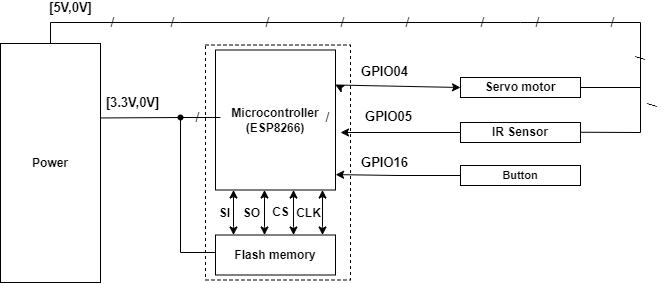
Earlier version of the draw.io export image/Diagram/device-diagram.drawio.png (nhthai173/fish-feeder). Source tidied: cells renumbered, new cells last; positions are measured from the earlier drawing's top-left corner, leaving out a move shared by most shapes.
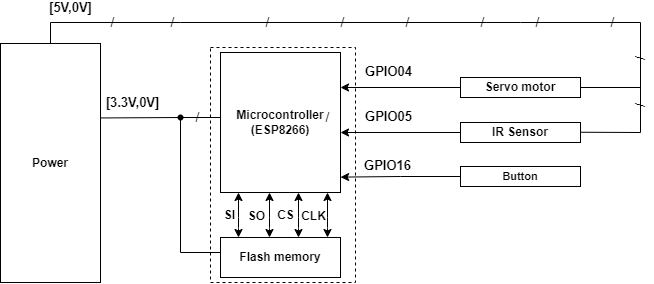
The same file after the commit.

The edit, as a diff of the source:
```diff
@@ -60,14 +60,6 @@
         <mxPoint x="-28" y="-14" as="offset" />
       </mxGeometry>
     </mxCell>
-    <mxCell id="16" style="endArrow=classic;html=1;exitX=1;exitY=0.25;exitDx=0;exitDy=0;entryX=0;entryY=0.5;entryDx=0;entryDy=0;" parent="1" edge="1" source="21" target="7">
-      <mxGeometry relative="1" as="geometry" />
-    </mxCell>
-    <mxCell id="17" value="&lt;b style=&quot;font-size: 13px;&quot;&gt;&lt;font style=&quot;font-size: 13px;&quot;&gt;GPIO04&lt;/font&gt;&lt;/b&gt;" style="edgeLabel;html=1;align=center;verticalAlign=middle;fontSize=13;" parent="16" vertex="1">
-      <mxGeometry x="-0.17" relative="1" as="geometry">
-        <mxPoint x="-3" y="-15" as="offset" />
-      </mxGeometry>
-    </mxCell>
     <mxCell id="18" style="endArrow=none;html=1;entryX=0;entryY=0.5;entryDx=0;entryDy=0;rounded=0;" parent="1" edge="1">
       <mxGeometry relative="1" as="geometry">
         <mxPoint x="180" y="105" as="sourcePoint" />
@@ -78,7 +70,7 @@
       </mxGeometry>
     </mxCell>
     <mxCell id="19" style="group;" parent="1" vertex="1">
-      <mxGeometry x="205" y="32.5" width="145" height="235" as="geometry" />
+      <mxGeometry x="210" y="35" width="145" height="235" as="geometry" />
     </mxCell>
     <mxCell id="20" style="rounded=0;whiteSpace=wrap;html=1;fontSize=14;dashed=1;fillColor=none;" parent="19" vertex="1">
       <mxGeometry width="145" height="235" as="geometry" />
@@ -181,7 +173,7 @@
       </mxGeometry>
     </mxCell>
     <mxCell id="38" value="&lt;b&gt;&lt;font style=&quot;font-size: 11px;&quot;&gt;Button&lt;/font&gt;&lt;/b&gt;" style="rounded=0;whiteSpace=wrap;html=1;fontSize=8;" parent="1" vertex="1">
-      <mxGeometry x="460" y="153" width="120" height="20" as="geometry" />
+      <mxGeometry x="460" y="154" width="120" height="20" as="geometry" />
     </mxCell>
     <mxCell id="39" value="/" style="text;strokeColor=none;align=center;fillColor=none;html=1;verticalAlign=middle;whiteSpace=wrap;rounded=0;dashed=1;fontSize=14;" parent="1" vertex="1">
       <mxGeometry x="190" y="95" width="15" height="20" as="geometry" />
@@ -199,7 +191,18 @@
       <mxGeometry x="632.5" y="32.5" width="15" height="25" as="geometry" />
     </mxCell>
     <mxCell id="44" value="/" style="text;strokeColor=none;align=center;fillColor=none;html=1;verticalAlign=middle;whiteSpace=wrap;rounded=0;dashed=1;fontSize=13;rotation=90;" parent="1" vertex="1">
-      <mxGeometry x="644.9" y="80" width="15" height="25" as="geometry" />
+      <mxGeometry x="632.9" y="80" width="15" height="25" as="geometry" />
     </mxCell>
+    <mxCell id="45" style="edgeStyle=none;html=1;entryX=1;entryY=0.25;entryDx=0;entryDy=0;fontSize=14;" parent="1" edge="1">
+      <mxGeometry relative="1" as="geometry">
+        <mxPoint x="460" y="75" as="sourcePoint" />
+        <mxPoint x="340" y="75" as="targetPoint" />
+      </mxGeometry>
+    </mxCell>
+    <mxCell id="17" value="&lt;b style=&quot;font-size: 13px;&quot;&gt;GPIO04&lt;/b&gt;" style="edgeLabel;html=1;align=center;verticalAlign=middle;fontSize=13;" parent="45" vertex="1">
+      <mxGeometry x="0.49" y="-1" relative="1" as="geometry">
+        <mxPoint x="17" y="-15" as="offset" />
+      </mxGeometry>
+    </mxCell>
   </root>
 </mxGraphModel>
```
